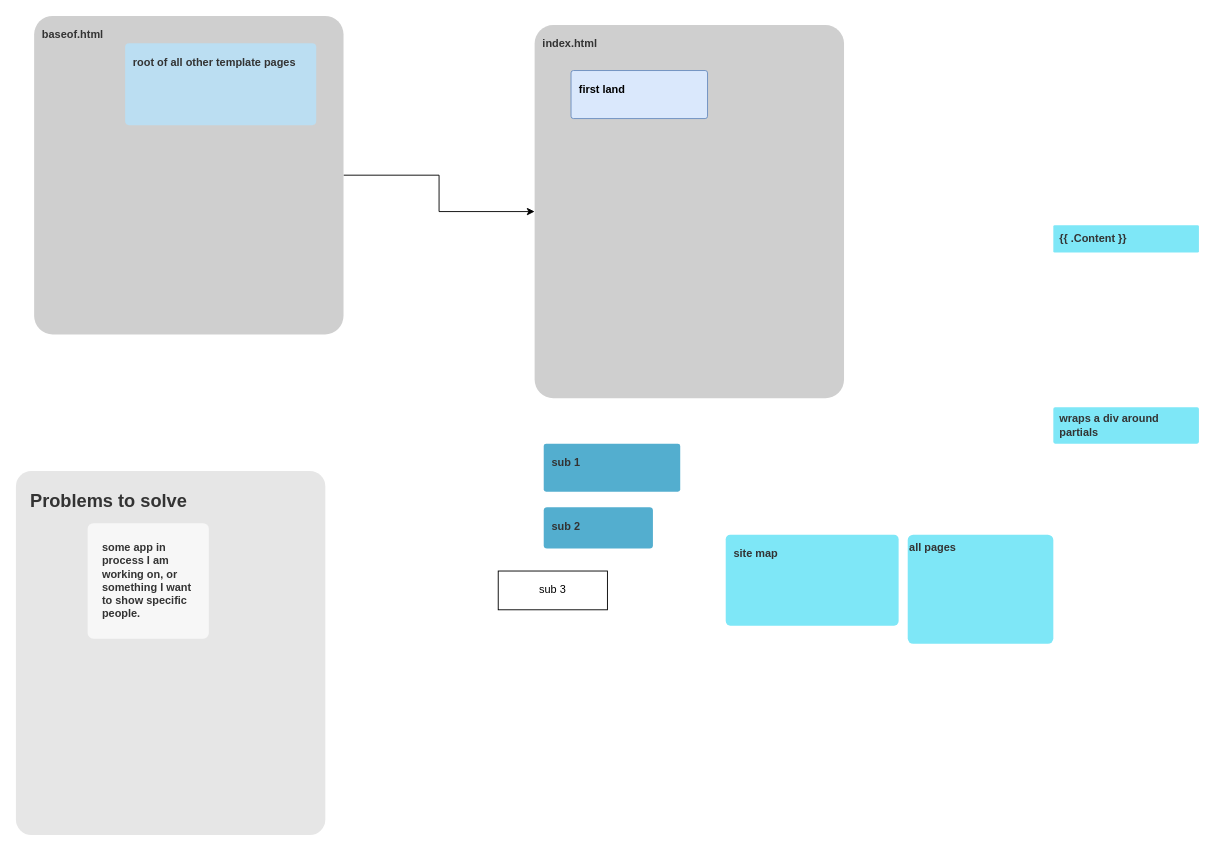
The draw.io diagram page "Tracking my theme inheritance" (3 of 5) of theme-tracking.drawio in umamiMike/technical-mess-diagrams, before the edit. Source tidied: cells renumbered, new cells numbered last; positions are measured from the earlier drawing's top-left corner, leaving out a move shared by most shapes. Both pictures are drawn from the tidied source at 91%, with x=0, y=0 at pixel (15, 15).
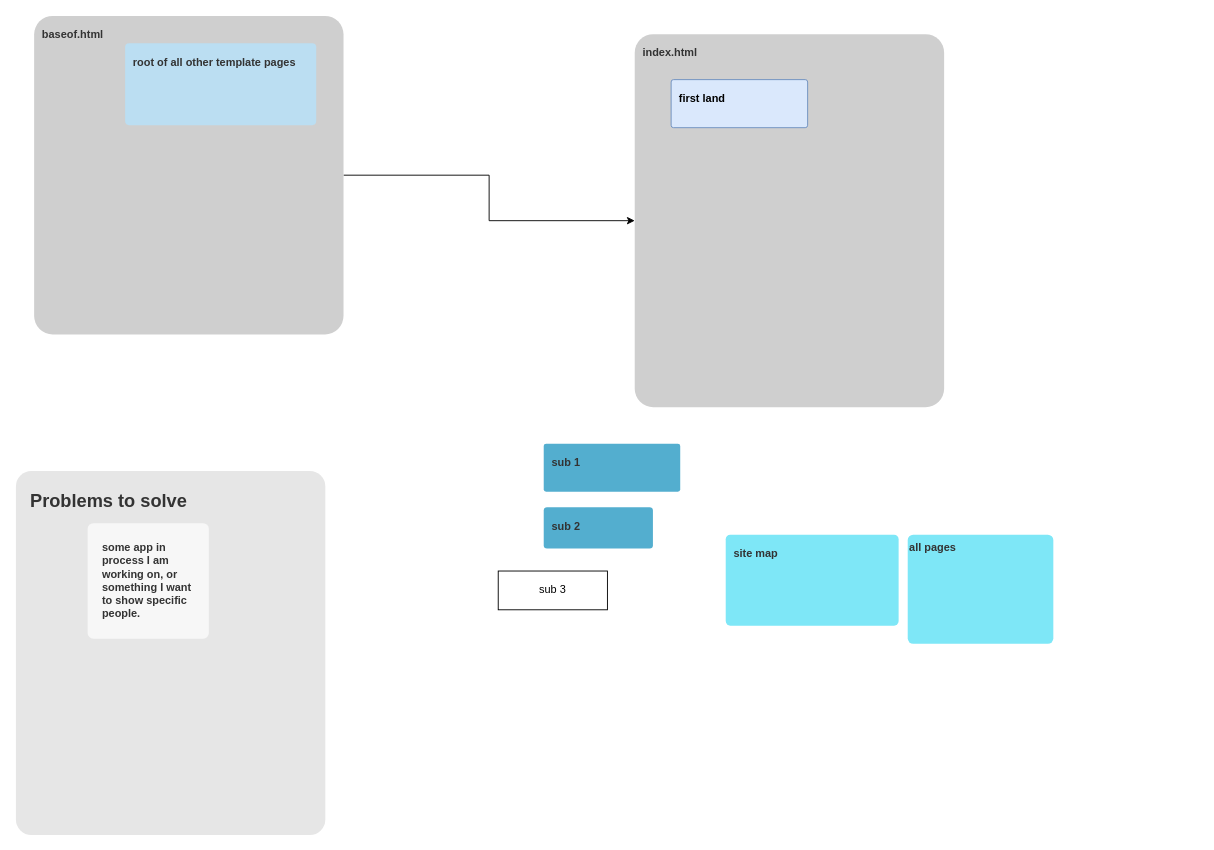
The same diagram, later.

What changed in the source:
```diff
@@
 <mxGraphModel>
   <root>
     <mxCell id="0" />
     <mxCell id="1" parent="0" />
     <mxCell id="2" value="index.html" style="rounded=1;whiteSpace=wrap;html=1;fillColor=#CFCFCF;strokeColor=none;fontColor=#333333;fontStyle=1;spacing=9;arcSize=6;align=left;verticalAlign=top;" parent="1" vertex="1">
-      <mxGeometry x="570" y="10" width="340" height="410" as="geometry" />
+      <mxGeometry x="680" y="20" width="340" height="410" as="geometry" />
     </mxCell>
     <mxCell id="3" value="first land" style="rounded=1;whiteSpace=wrap;html=1;strokeColor=#6c8ebf;fontStyle=1;spacing=9;align=left;verticalAlign=top;arcSize=5;fillColor=#dae8fc;" parent="2" vertex="1">
       <mxGeometry x="40" y="50" width="150" height="52.8" as="geometry" />
     </mxCell>
     <mxCell id="4" style="edgeStyle=orthogonalEdgeStyle;rounded=0;jettySize=auto;html=1;" parent="1" edge="1" source="5" target="2">
       <mxGeometry relative="1" as="geometry" />
     </mxCell>
     <mxCell id="5" value="baseof.html" style="rounded=1;whiteSpace=wrap;html=1;fillColor=#CFCFCF;strokeColor=none;fontColor=#333333;fontStyle=1;spacing=9;arcSize=6;align=left;verticalAlign=top;" parent="1" vertex="1">
       <mxGeometry x="20" width="340" height="350" as="geometry" />
     </mxCell>
     <mxCell id="6" value="root of all other template pages" style="rounded=1;whiteSpace=wrap;html=1;strokeColor=none;fontColor=#333333;fontStyle=1;spacing=9;align=left;verticalAlign=top;arcSize=5;fillColor=#BBDEF2;" parent="5" vertex="1">
       <mxGeometry x="100" y="30" width="210" height="90" as="geometry" />
     </mxCell>
     <mxCell id="7" value="site map" style="rounded=1;whiteSpace=wrap;html=1;strokeColor=none;fontColor=#333333;fontStyle=1;spacing=9;align=left;verticalAlign=top;arcSize=5;fillColor=#7EE7F7;" parent="1" vertex="1">
       <mxGeometry x="780" y="570" width="190" height="100" as="geometry" />
     </mxCell>
     <mxCell id="8" value="all pages" style="rounded=1;whiteSpace=wrap;html=1;strokeColor=none;fontColor=#333333;fontStyle=1;spacing=2;align=left;verticalAlign=top;arcSize=5;fillColor=#7EE7F7;" parent="1" vertex="1">
       <mxGeometry x="980" y="570" width="160" height="120" as="geometry" />
     </mxCell>
-    <mxCell id="9" value="wraps a div around&amp;nbsp; partials" style="rounded=1;whiteSpace=wrap;strokeColor=none;fontColor=#333333;fontStyle=1;spacing=7;align=left;verticalAlign=middle;arcSize=5;fillColor=#7EE7F7;html=1;labelBackgroundColor=none;labelPosition=center;verticalLabelPosition=middle;textDirection=ltr;horizontal=1;" parent="1" vertex="1">
-      <mxGeometry x="1140" y="430" width="160" height="40" as="geometry" />
-    </mxCell>
-    <mxCell id="10" value="{{ .Content }}" style="rounded=1;whiteSpace=wrap;html=1;strokeColor=none;fontColor=#333333;fontStyle=1;spacing=7;align=left;verticalAlign=middle;arcSize=5;fillColor=#7EE7F7;" parent="1" vertex="1">
-      <mxGeometry x="1140" y="230" width="160" height="30" as="geometry" />
-    </mxCell>
     <mxCell id="11" value="sub 3" style="whiteSpace=wrap;html=1;" parent="1" vertex="1">
       <mxGeometry x="530" y="610" width="120" height="42.6" as="geometry" />
     </mxCell>
     <mxCell id="12" value="sub 2" style="rounded=1;whiteSpace=wrap;html=1;fillColor=#53AECF;strokeColor=none;fontColor=#333333;fontStyle=1;spacing=9;align=left;verticalAlign=top;arcSize=8;" parent="1" vertex="1">
       <mxGeometry x="580" y="540" width="120" height="45.2" as="geometry" />
     </mxCell>
     <mxCell id="13" value="sub 1" style="rounded=1;whiteSpace=wrap;html=1;fillColor=#53AECF;strokeColor=none;fontColor=#333333;fontStyle=1;spacing=9;align=left;verticalAlign=top;arcSize=5;" parent="1" vertex="1">
       <mxGeometry x="580" y="470" width="150" height="52.8" as="geometry" />
     </mxCell>
     <mxCell id="14" value="Problems to solve" style="rounded=1;whiteSpace=wrap;html=1;fontStyle=1;arcSize=5;align=left;verticalAlign=top;spacingLeft=8;spacingTop=8;fontSize=20;fontColor=#333333;fillColor=#E6E6E6;spacingBottom=16;spacing=8;strokeColor=none;" parent="1" vertex="1">
       <mxGeometry y="500" width="340" height="400" as="geometry" />
     </mxCell>
     <mxCell id="15" value="some app in process I am working on, or something I want to show specific people." style="rounded=1;whiteSpace=wrap;html=1;fontStyle=1;arcSize=5;align=left;verticalAlign=top;spacingLeft=8;spacingTop=8;fontSize=12;fontColor=#333333;spacingBottom=16;spacing=8;fillColor=#F7F7F7;strokeColor=none;noLabel=0;" parent="14" vertex="1">
       <mxGeometry x="78.8" y="57.4" width="133.2" height="127.1" as="geometry" />
     </mxCell>
   </root>
 </mxGraphModel>
```
